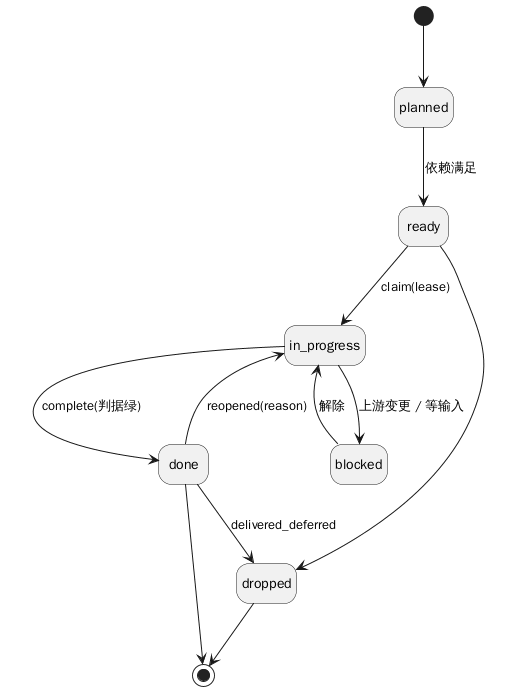
Above: design/diagrams/uml-state-task.png in raitpor/dsh-software-dev-office (PlantUML), before the change. Its diagram source:
```plantuml
@startuml
hide empty description
[*] --> planned
planned --> ready : 依赖满足
ready --> in_progress : claim(lease)
in_progress --> blocked : 上游变更 / 等输入
blocked --> in_progress : 解除
in_progress --> done : complete(判据绿)
done --> in_progress : reopened(reason)
ready --> dropped
done --> dropped : delivered_deferred
done --> [*]
dropped --> [*]
@enduml
```
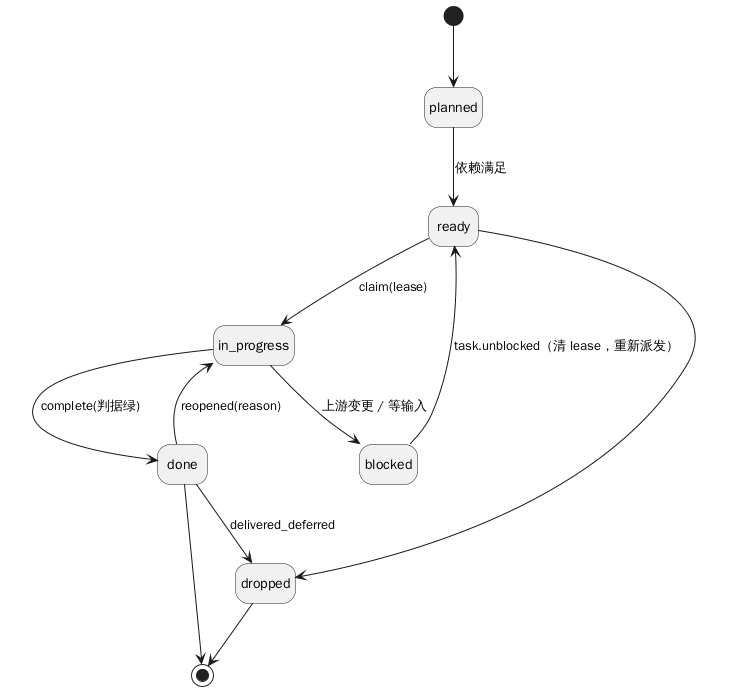
After the commit.

What changed in the source:
```diff
@@ -4,7 +4,7 @@
 planned --> ready : 依赖满足
 ready --> in_progress : claim(lease)
 in_progress --> blocked : 上游变更 / 等输入
-blocked --> in_progress : 解除
+blocked --> ready : task.unblocked（清 lease，重新派发）
 in_progress --> done : complete(判据绿)
 done --> in_progress : reopened(reason)
 ready --> dropped
```
